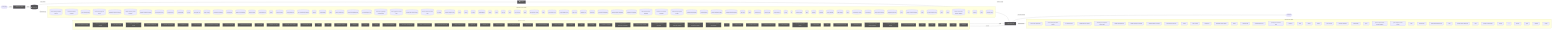
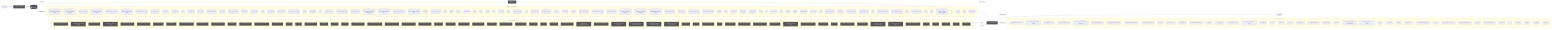
flowchart LR
  UserQ(["👤 User Query"])
  Embed["📐 Embedding Model"]
  VecDB[("📚 Vector Store")]
  Retriever["🔍 Retriever"]
  LLMNode["🧠 LLM / Generator"]
  Output(["✅ Response"])
  UserQ -->|query| Embed
  Embed -->|vector| VecDB
  VecDB -->|top-k chunks| Retriever
  Retriever -->|context + query| LLMNode
  LLMNode -->|generated answer| Output
  subgraph DetectedMemory["Detected memory stores"]
    det_detectedmemory_check_steering_feedback_contract_80134459[("check-steering-feedback-contract")]
    det_detectedmemory_normalize_workflow_contracts_8701f1c8[("normalize-workflow-contracts")]
    det_detectedmemory_sync_codex_preflight_7e7a8dc2[("sync-codex-preflight")]
    det_detectedmemory_test_harness_upgrade_matrix_84113c4e[("test-harness-upgrade-matrix")]
    det_detectedmemory_validate_prompt_context_drift_8c949ef6[("validate-prompt-context-drift")]
    det_detectedmemory_validate_runtime_packet_schemas_bc3ba8ec[("validate-runtime-packet-schemas")]
    det_detectedmemory_validate_workflow_contracts_33dc063c[("validate-workflow-contracts")]
    det_detectedmemory_branch_protect_core_a8feb0fd[("branch-protect-core")]
    det_detectedmemory_ci_migrate_core_7005b5af[("ci-migrate-core")]
    det_detectedmemory_context_health_80bb7da9[("context-health")]
    det_detectedmemory_context_ea7792a2[("context")]
    det_detectedmemory_docs_gate_core_eb9b6c18[("docs-gate-core")]
    det_detectedmemory_index_context_de3ed39d[("index-context")]
    det_detectedmemory_local_memory_preflight_dcc36c42[("local-memory-preflight")]
    det_detectedmemory_memory_gate_a577a506[("memory-gate")]
    det_detectedmemory_pattern_scope_siblings_43abe000[("pattern-scope-siblings")]
    det_detectedmemory_review_context_ca6cf81d[("review-context")]
    det_detectedmemory_review_gate_core_4c8001f9[("review-gate-core")]
    det_detectedmemory_search_24193290[("search")]
    det_detectedmemory_session_context_e5ec72c0[("session-context")]
    det_detectedmemory_tooling_audit_core_328d6a41[("tooling-audit-core")]
    det_detectedmemory_run_local_memory_preflight_36e92808[("run-local-memory-preflight")]
    det_detectedmemory_checker_d2d2328e[("checker")]
    det_detectedmemory_context_health_1_ceb11829[("context-health")]
    det_detectedmemory_types_2_d9bc6e7a[("types")]
    det_detectedmemory_branch_protect_sync_570adb18[("branch-protect-sync")]
    det_detectedmemory_command_capability_rules_ca3f496a[("command-capability-rules")]
    det_detectedmemory_command_specs_core_1c0ffc99[("command-specs-core")]
    det_detectedmemory_local_memory_preflight_command_spec_9e23f3ce[("local-memory-preflight-command-spec")]
    det_detectedmemory_memory_gate_command_spec_dc9001a9[("memory-gate-command-spec")]
    det_detectedmemory_review_gate_command_spec_3187376a[("review-gate-command-spec")]
    det_detectedmemory_session_context_command_spec_973afbb1[("session-context-command-spec")]
    det_detectedmemory_constants_7517017f[("constants")]
    det_detectedmemory_context_compact_policy_3dcaf95d[("context-compact-policy")]
    det_detectedmemory_index_2_10143590[("index")]
    det_detectedmemory_indexer_70fa78e5[("indexer")]
    det_detectedmemory_init_error_5c7dd49f[("init-error")]
    det_detectedmemory_lexical_fallback_723e2b3e[("lexical-fallback")]
    det_detectedmemory_ollama_76e3c7bf[("ollama")]
    det_detectedmemory_rollout_a4fa034c[("rollout")]
    det_detectedmemory_sources_878a52fc[("sources")]
    det_detectedmemory_store_824d80d7[("store")]
    det_detectedmemory_sync_contract_c79fa191[("sync-contract")]
    det_detectedmemory_types_7_2f1ed65e[("types")]
    det_detectedmemory_harness_run_context_ac7c77a9[("harness-run-context")]
    det_detectedmemory_index_3_7e40d474[("index")]
    det_detectedmemory_json_schema_core_96d7e328[("json-schema-core")]
    det_detectedmemory_policy_validators_core_714a3fe7[("policy-validators-core")]
    det_detectedmemory_types_core_e405ddca[("types-core")]
    det_detectedmemory_validator_core_4358f8ba[("validator-core")]
    det_detectedmemory_init_modes_c05ceb07[("init-modes")]
    det_detectedmemory_project_brain_templates_7ef51530[("project-brain-templates")]
    det_detectedmemory_scaffold_diagram_templates_dd88e83c[("scaffold-diagram-templates")]
    det_detectedmemory_scaffold_doc_templates_f6152330[("scaffold-doc-templates")]
    det_detectedmemory_scaffold_environment_templates_c1ceba6a[("scaffold-environment-templates")]
    det_detectedmemory_scaffold_root_command_templates_404fed7f[("scaffold-root-command-templates")]
    det_detectedmemory_scaffold_script_template_registry_69312d4e[("scaffold-script-template-registry")]
    det_detectedmemory_scaffold_shell_templates_0ad0f915[("scaffold-shell-templates")]
    det_detectedmemory_scaffold_surfaces_12d6494e[("scaffold-surfaces")]
    det_detectedmemory_scaffold_template_registry_b1cce2aa[("scaffold-template-registry")]
    det_detectedmemory_scaffold_workflow_template_92310587[("scaffold-workflow-template")]
    det_detectedmemory_eval_seed_5699fd3e[("eval-seed")]
-     det_detectedmemory_index_8_6f0f20ec[("index")]
+     det_detectedmemory_index_9_32dd4d91[("index")]
    det_detectedmemory_review_context_1_e3afed15[("review-context")]
    det_detectedmemory_memory_gate_1_265164ac[("memory-gate")]
    det_detectedmemory_branch_enforcer_acb749cd[("branch-enforcer")]
    det_detectedmemory_cli_args_5_09ea29f0[("cli-args")]
    det_detectedmemory_cli_6_eac72be2[("cli")]
    det_detectedmemory_metrics_tracker_98cec29c[("metrics-tracker")]
-     det_detectedmemory_types_17_ed30531c[("types")]
+     det_detectedmemory_types_18_37582e2a[("types")]
    det_detectedmemory_validator_4_5180cf23[("validator")]
    det_detectedmemory_classifier_fe1991a9[("classifier")]
    det_detectedmemory_tooling_baseline_50ab2eeb[("tooling-baseline")]
    det_detectedmemory_claim_helpers_20dc8387[("claim-helpers")]
-     det_detectedmemory_types_22_f3cf4a73[("types")]
+     det_detectedmemory_types_23_4352ee2e[("types")]
    det_detectedmemory_local_memory_smoke_1175abfc[("local-memory-smoke")]
    det_detectedmemory_local_memory_0db17ecc[("local-memory")]
    det_detectedmemory_performance_overload_c685bfcf[("performance-overload")]
    det_detectedmemory_suggestion_generator_0956f794[("suggestion-generator")]
-     det_detectedmemory_index_10_f6785a46[("index")]
+     det_detectedmemory_index_11_ffcd5842[("index")]
    det_detectedmemory_prompt_context_drift_report_3257a95c[("prompt-context-drift-report")]
-     det_detectedmemory_index_11_ffcd5842[("index")]
+     det_detectedmemory_prompt_context_drift_types_ba6863d4[("prompt-context-drift-types")]
+     det_detectedmemory_index_12_762ec91b[("index")]
    det_detectedmemory_prompt_context_receipt_17b862b2[("prompt-context-receipt")]
-     det_detectedmemory_types_29_929d5a70[("types")]
+     det_detectedmemory_types_30_424b976c[("types")]
    det_detectedmemory_policy_1_fc4198db[("policy")]
    det_detectedmemory_runtime_card_codex_runtime_validation_d8ce9934[("runtime-card-codex-runtime-validation")]
    det_detectedmemory_cli_11_338a8415[("cli")]
    det_detectedmemory_collector_0736fd5b[("collector")]
-     det_detectedmemory_types_32_bfe791ff[("types")]
+     det_detectedmemory_types_33_16e22a82[("types")]
    det_detectedmemory_overload_guard_2748c559[("overload-guard")]
  end
  VecDB -. "implemented by" .-> DetectedMemory
  subgraph DetectedLLM["Detected LLM clients"]
    det_detectedllm_check_codex_agent_roles_5bb2e89b["check-codex-agent-roles"]
    det_detectedllm_check_steering_feedback_contract_80134459["check-steering-feedback-contract"]
    det_detectedllm_run_harness_evals_77704768["run-harness-evals"]
    det_detectedllm_validate_decision_request_2e5c325e["validate-decision-request"]
    det_detectedllm_validate_goal_completion_audit_receipt_100d252c["validate-goal-completion-audit-receipt"]
    det_detectedllm_validate_packaged_skill_5e32c890["validate-packaged-skill"]
    det_detectedllm_validate_prompt_context_drift_8c949ef6["validate-prompt-context-drift"]
    det_detectedllm_validate_reviewer_coverage_251efee3["validate-reviewer-coverage"]
    det_detectedllm_check_environment_core_2c16213f["check-environment-core"]
    det_detectedllm_context_ea7792a2["context"]
    det_detectedllm_index_context_de3ed39d["index-context"]
    det_detectedllm_prompt_gate_c5e9d207["prompt-gate"]
    det_detectedllm_remediate_runner_helpers_929fedcc["remediate-runner-helpers"]
    det_detectedllm_search_24193290["search"]
    det_detectedllm_context_health_1_ceb11829["context-health"]
    det_detectedllm_command_specs_core_1c0ffc99["command-specs-core"]
    det_detectedllm_prompt_gate_command_spec_9a941482["prompt-gate-command-spec"]
    det_detectedllm_constants_7517017f["constants"]
    det_detectedllm_index_2_10143590["index"]
    det_detectedllm_indexer_70fa78e5["indexer"]
    det_detectedllm_ollama_76e3c7bf["ollama"]
    det_detectedllm_sync_contract_c79fa191["sync-contract"]
    det_detectedllm_north_star_validators_cfc926ce["north-star-validators"]
    det_detectedllm_hilt_boundary_9b36fb15["hilt-boundary"]
    det_detectedllm_types_9_1db4641f["types"]
    det_detectedllm_goal_completion_audit_receipt_validation_9d0f4891["goal-completion-audit-receipt-validation"]
    det_detectedllm_goal_completion_audit_receipt_5e4939c3["goal-completion-audit-receipt"]
    det_detectedllm_index_4_013aa0e3["index"]
+     det_detectedllm_constants_1_a84e15f0["constants"]
+     det_detectedllm_types_16_0fae1112["types"]
    det_detectedllm_sensitive_text_7c11f760["sensitive-text"]
    det_detectedllm_pr_template_validator_rules_20a32d6b["pr-template-validator-rules"]
-     det_detectedllm_index_10_f6785a46["index"]
+     det_detectedllm_index_11_ffcd5842["index"]
    det_detectedllm_prompt_context_drift_report_3257a95c["prompt-context-drift-report"]
-     det_detectedllm_index_11_ffcd5842["index"]
+     det_detectedllm_prompt_context_drift_types_ba6863d4["prompt-context-drift-types"]
+     det_detectedllm_index_12_762ec91b["index"]
    det_detectedllm_prompt_context_receipt_17b862b2["prompt-context-receipt"]
    det_detectedllm_cli_args_9_9c136878["cli-args"]
    det_detectedllm_cli_10_35dc8cbd["cli"]
    det_detectedllm_sections_4697ef32["sections"]
-     det_detectedllm_types_25_89d086aa["types"]
+     det_detectedllm_types_26_a5814179["types"]
    det_detectedllm_validator_6_3688adbf["validator"]
    det_detectedllm_cli_args_10_861cdd3f["cli-args"]
  end
  LLMNode -. "implemented by" .-> DetectedLLM
  subgraph DetectedTools["Agentic tool calls"]
    det_detectedtools_check_codex_agent_roles_5bb2e89b["🔧 check-codex-agent-roles"]
    det_detectedtools_check_steering_feedback_contract_80134459["🔧 check-steering-feedback-contract"]
    det_detectedtools_run_harness_evals_77704768["🔧 run-harness-evals"]
    det_detectedtools_validate_action_review_receipt_fa2f06c3["🔧 validate-action-review-receipt"]
    det_detectedtools_validate_packaged_skill_5e32c890["🔧 validate-packaged-skill"]
    det_detectedtools_validate_replay_packet_f309747e["🔧 validate-replay-packet"]
    det_detectedtools_ci_migrate_core_7005b5af["🔧 ci-migrate-core"]
    det_detectedtools_doctor_checks_5a2eb2b9["🔧 doctor-checks"]
    det_detectedtools_doctor_github_tool_checks_a53b0382["🔧 doctor-github-tool-checks"]
    det_detectedtools_doctor_tool_checks_4acac51a["🔧 doctor-tool-checks"]
    det_detectedtools_next_blocked_decisions_4140ad2b["🔧 next-blocked-decisions"]
    det_detectedtools_policy_gate_213f7313["🔧 policy-gate"]
    det_detectedtools_remediate_cli_output_cc165396["🔧 remediate-cli-output"]
    det_detectedtools_remediate_runner_helpers_929fedcc["🔧 remediate-runner-helpers"]
    det_detectedtools_review_gate_core_4c8001f9["🔧 review-gate-core"]
    det_detectedtools_index_1bc04b52["🔧 index"]
    det_detectedtools_types_1_4ecdf56e["🔧 types"]
    det_detectedtools_validation_constants_e002a0f6["🔧 validation-constants"]
    det_detectedtools_validation_98c41dcd["🔧 validation"]
    det_detectedtools_checker_d2d2328e["🔧 checker"]
    det_detectedtools_cli_args_1_6144b055["🔧 cli-args"]
    det_detectedtools_command_capabilities_a4d5c71e["🔧 command-capabilities"]
    det_detectedtools_command_capability_rules_ca3f496a["🔧 command-capability-rules"]
    det_detectedtools_linear_command_actions_e430f4f4["🔧 linear-command-actions"]
    det_detectedtools_linear_command_runner_4a740dfc["🔧 linear-command-runner"]
    det_detectedtools_policy_validators_core_714a3fe7["🔧 policy-validators-core"]
    det_detectedtools_types_core_e405ddca["🔧 types-core"]
    det_detectedtools_validator_core_4358f8ba["🔧 validator-core"]
    det_detectedtools_validator_helpers_7b927667["🔧 validator-helpers"]
    det_detectedtools_he_phase_exit_core_1148895b["🔧 he-phase-exit-core"]
    det_detectedtools_ralph_runtime_73d63c0e["🔧 ralph-runtime"]
    det_detectedtools_observed_skill_usage_ed7d5930["🔧 observed-skill-usage"]
    det_detectedtools_closure_evidence_aaa31467["🔧 closure-evidence"]
    det_detectedtools_pr_creator_dc6b1ea4["🔧 pr-creator"]
    det_detectedtools_client_948fe603["🔧 client"]
    det_detectedtools_init_output_360dce91["🔧 init-output"]
    det_detectedtools_scaffold_ci_templates_2afd6392["🔧 scaffold-ci-templates"]
    det_detectedtools_scaffold_codex_environment_templates_334fbbed["🔧 scaffold-codex-environment-templates"]
    det_detectedtools_scaffold_config_templates_4b80ce53["🔧 scaffold-config-templates"]
    det_detectedtools_scaffold_environment_templates_c1ceba6a["🔧 scaffold-environment-templates"]
    det_detectedtools_scaffold_github_actions_pr_pipeline_renderer_1ee18de5["🔧 scaffold-github-actions-pr-pipeline-renderer"]
    det_detectedtools_scaffold_github_actions_pr_pipeline_template_e2b85f62["🔧 scaffold-github-actions-pr-pipeline-template"]
    det_detectedtools_scaffold_release_private_npm_template_075499f8["🔧 scaffold-release-private-npm-template"]
+     det_detectedtools_constants_1_a84e15f0["🔧 constants"]
+     det_detectedtools_index_8_6f0f20ec["🔧 index"]
+     det_detectedtools_validation_common_6161e48b["🔧 validation-common"]
    det_detectedtools_cli_6_eac72be2["🔧 cli"]
    det_detectedtools_metrics_tracker_98cec29c["🔧 metrics-tracker"]
    det_detectedtools_normalise_renderer_85f2e563["🔧 normalise-renderer"]
    det_detectedtools_evaluation_engine_core_e054fe49["🔧 evaluation-engine-core"]
    det_detectedtools_tooling_baseline_50ab2eeb["🔧 tooling-baseline"]
    det_detectedtools_prompt_context_drift_report_3257a95c["🔧 prompt-context-drift-report"]
+     det_detectedtools_prompt_context_drift_types_ba6863d4["🔧 prompt-context-drift-types"]
    det_detectedtools_replay_packet_a1293f88["🔧 replay-packet"]
-     det_detectedtools_index_12_762ec91b["🔧 index"]
+     det_detectedtools_index_13_97df39c8["🔧 index"]
    det_detectedtools_review_lifecycle_contract_e5447221["🔧 review-lifecycle-contract"]
    det_detectedtools_review_lifecycle_89afa64c["🔧 review-lifecycle"]
    det_detectedtools_runtime_card_codex_runtime_validation_d8ce9934["🔧 runtime-card-codex-runtime-validation"]
    det_detectedtools_runtime_card_codex_runtime_0655e230["🔧 runtime-card-codex-runtime"]
    det_detectedtools_runtime_evidence_bundle_d471a232["🔧 runtime-evidence-bundle"]
-     det_detectedtools_types_34_85e6a0bb["🔧 types"]
-     det_detectedtools_index_15_99636ec5["🔧 index"]
+     det_detectedtools_types_35_93e66c64["🔧 types"]
+     det_detectedtools_index_16_373c8a49["🔧 index"]
    det_detectedtools_projection_1b250ea1["🔧 projection"]
-     det_detectedtools_types_36_674380ec["🔧 types"]
-     det_detectedtools_validation_6_097a7ce3["🔧 validation"]
+     det_detectedtools_types_37_32ccf9f9["🔧 types"]
+     det_detectedtools_validation_7_c4e6d8b6["🔧 validation"]
  end
  LLMNode -->|tool use| DetectedTools
  DetectedTools -->|result| LLMNode
  classDef memNode fill:#555,color:#fff
  class VecDB,Retriever memNode
  classDef llmNode fill:#555,color:#fff
  class LLMNode,Embed llmNode
  classDef toolNode fill:#555,color:#fff
-   class det_detectedtools_check_codex_agent_roles_5bb2e89b,det_detectedtools_check_steering_feedback_contract_80134459,det_detectedtools_run_harness_evals_77704768,det_detectedtools_validate_action_review_receipt_fa2f06c3,det_detectedtools_validate_packaged_skill_5e32c890,det_detectedtools_validate_replay_packet_f309747e,det_detectedtools_ci_migrate_core_7005b5af,det_detectedtools_doctor_checks_5a2eb2b9,det_detectedtools_doctor_github_tool_checks_a53b0382,det_detectedtools_doctor_tool_checks_4acac51a,det_detectedtools_next_blocked_decisions_4140ad2b,det_detectedtools_policy_gate_213f7313,det_detectedtools_remediate_cli_output_cc165396,det_detectedtools_remediate_runner_helpers_929fedcc,det_detectedtools_review_gate_core_4c8001f9,det_detectedtools_index_1bc04b52,det_detectedtools_types_1_4ecdf56e,det_detectedtools_validation_constants_e002a0f6,det_detectedtools_validation_98c41dcd,det_detectedtools_checker_d2d2328e,det_detectedtools_cli_args_1_6144b055,det_detectedtools_command_capabilities_a4d5c71e,det_detectedtools_command_capability_rules_ca3f496a,det_detectedtools_linear_command_actions_e430f4f4,det_detectedtools_linear_command_runner_4a740dfc,det_detectedtools_policy_validators_core_714a3fe7,det_detectedtools_types_core_e405ddca,det_detectedtools_validator_core_4358f8ba,det_detectedtools_validator_helpers_7b927667,det_detectedtools_he_phase_exit_core_1148895b,det_detectedtools_ralph_runtime_73d63c0e,det_detectedtools_observed_skill_usage_ed7d5930,det_detectedtools_closure_evidence_aaa31467,det_detectedtools_pr_creator_dc6b1ea4,det_detectedtools_client_948fe603,det_detectedtools_init_output_360dce91,det_detectedtools_scaffold_ci_templates_2afd6392,det_detectedtools_scaffold_codex_environment_templates_334fbbed,det_detectedtools_scaffold_config_templates_4b80ce53,det_detectedtools_scaffold_environment_templates_c1ceba6a,det_detectedtools_scaffold_github_actions_pr_pipeline_renderer_1ee18de5,det_detectedtools_scaffold_github_actions_pr_pipeline_template_e2b85f62,det_detectedtools_scaffold_release_private_npm_template_075499f8,det_detectedtools_cli_6_eac72be2,det_detectedtools_metrics_tracker_98cec29c,det_detectedtools_normalise_renderer_85f2e563,det_detectedtools_evaluation_engine_core_e054fe49,det_detectedtools_tooling_baseline_50ab2eeb,det_detectedtools_prompt_context_drift_report_3257a95c,det_detectedtools_replay_packet_a1293f88,det_detectedtools_index_12_762ec91b,det_detectedtools_review_lifecycle_contract_e5447221,det_detectedtools_review_lifecycle_89afa64c,det_detectedtools_runtime_card_codex_runtime_validation_d8ce9934,det_detectedtools_runtime_card_codex_runtime_0655e230,det_detectedtools_runtime_evidence_bundle_d471a232,det_detectedtools_types_34_85e6a0bb,det_detectedtools_index_15_99636ec5,det_detectedtools_projection_1b250ea1,det_detectedtools_types_36_674380ec,det_detectedtools_validation_6_097a7ce3 toolNode
+   class det_detectedtools_check_codex_agent_roles_5bb2e89b,det_detectedtools_check_steering_feedback_contract_80134459,det_detectedtools_run_harness_evals_77704768,det_detectedtools_validate_action_review_receipt_fa2f06c3,det_detectedtools_validate_packaged_skill_5e32c890,det_detectedtools_validate_replay_packet_f309747e,det_detectedtools_ci_migrate_core_7005b5af,det_detectedtools_doctor_checks_5a2eb2b9,det_detectedtools_doctor_github_tool_checks_a53b0382,det_detectedtools_doctor_tool_checks_4acac51a,det_detectedtools_next_blocked_decisions_4140ad2b,det_detectedtools_policy_gate_213f7313,det_detectedtools_remediate_cli_output_cc165396,det_detectedtools_remediate_runner_helpers_929fedcc,det_detectedtools_review_gate_core_4c8001f9,det_detectedtools_index_1bc04b52,det_detectedtools_types_1_4ecdf56e,det_detectedtools_validation_constants_e002a0f6,det_detectedtools_validation_98c41dcd,det_detectedtools_checker_d2d2328e,det_detectedtools_cli_args_1_6144b055,det_detectedtools_command_capabilities_a4d5c71e,det_detectedtools_command_capability_rules_ca3f496a,det_detectedtools_linear_command_actions_e430f4f4,det_detectedtools_linear_command_runner_4a740dfc,det_detectedtools_policy_validators_core_714a3fe7,det_detectedtools_types_core_e405ddca,det_detectedtools_validator_core_4358f8ba,det_detectedtools_validator_helpers_7b927667,det_detectedtools_he_phase_exit_core_1148895b,det_detectedtools_ralph_runtime_73d63c0e,det_detectedtools_observed_skill_usage_ed7d5930,det_detectedtools_closure_evidence_aaa31467,det_detectedtools_pr_creator_dc6b1ea4,det_detectedtools_client_948fe603,det_detectedtools_init_output_360dce91,det_detectedtools_scaffold_ci_templates_2afd6392,det_detectedtools_scaffold_codex_environment_templates_334fbbed,det_detectedtools_scaffold_config_templates_4b80ce53,det_detectedtools_scaffold_environment_templates_c1ceba6a,det_detectedtools_scaffold_github_actions_pr_pipeline_renderer_1ee18de5,det_detectedtools_scaffold_github_actions_pr_pipeline_template_e2b85f62,det_detectedtools_scaffold_release_private_npm_template_075499f8,det_detectedtools_constants_1_a84e15f0,det_detectedtools_index_8_6f0f20ec,det_detectedtools_validation_common_6161e48b,det_detectedtools_cli_6_eac72be2,det_detectedtools_metrics_tracker_98cec29c,det_detectedtools_normalise_renderer_85f2e563,det_detectedtools_evaluation_engine_core_e054fe49,det_detectedtools_tooling_baseline_50ab2eeb,det_detectedtools_prompt_context_drift_report_3257a95c,det_detectedtools_prompt_context_drift_types_ba6863d4,det_detectedtools_replay_packet_a1293f88,det_detectedtools_index_13_97df39c8,det_detectedtools_review_lifecycle_contract_e5447221,det_detectedtools_review_lifecycle_89afa64c,det_detectedtools_runtime_card_codex_runtime_validation_d8ce9934,det_detectedtools_runtime_card_codex_runtime_0655e230,det_detectedtools_runtime_evidence_bundle_d471a232,det_detectedtools_types_35_93e66c64,det_detectedtools_index_16_373c8a49,det_detectedtools_projection_1b250ea1,det_detectedtools_types_37_32ccf9f9,det_detectedtools_validation_7_c4e6d8b6 toolNode
